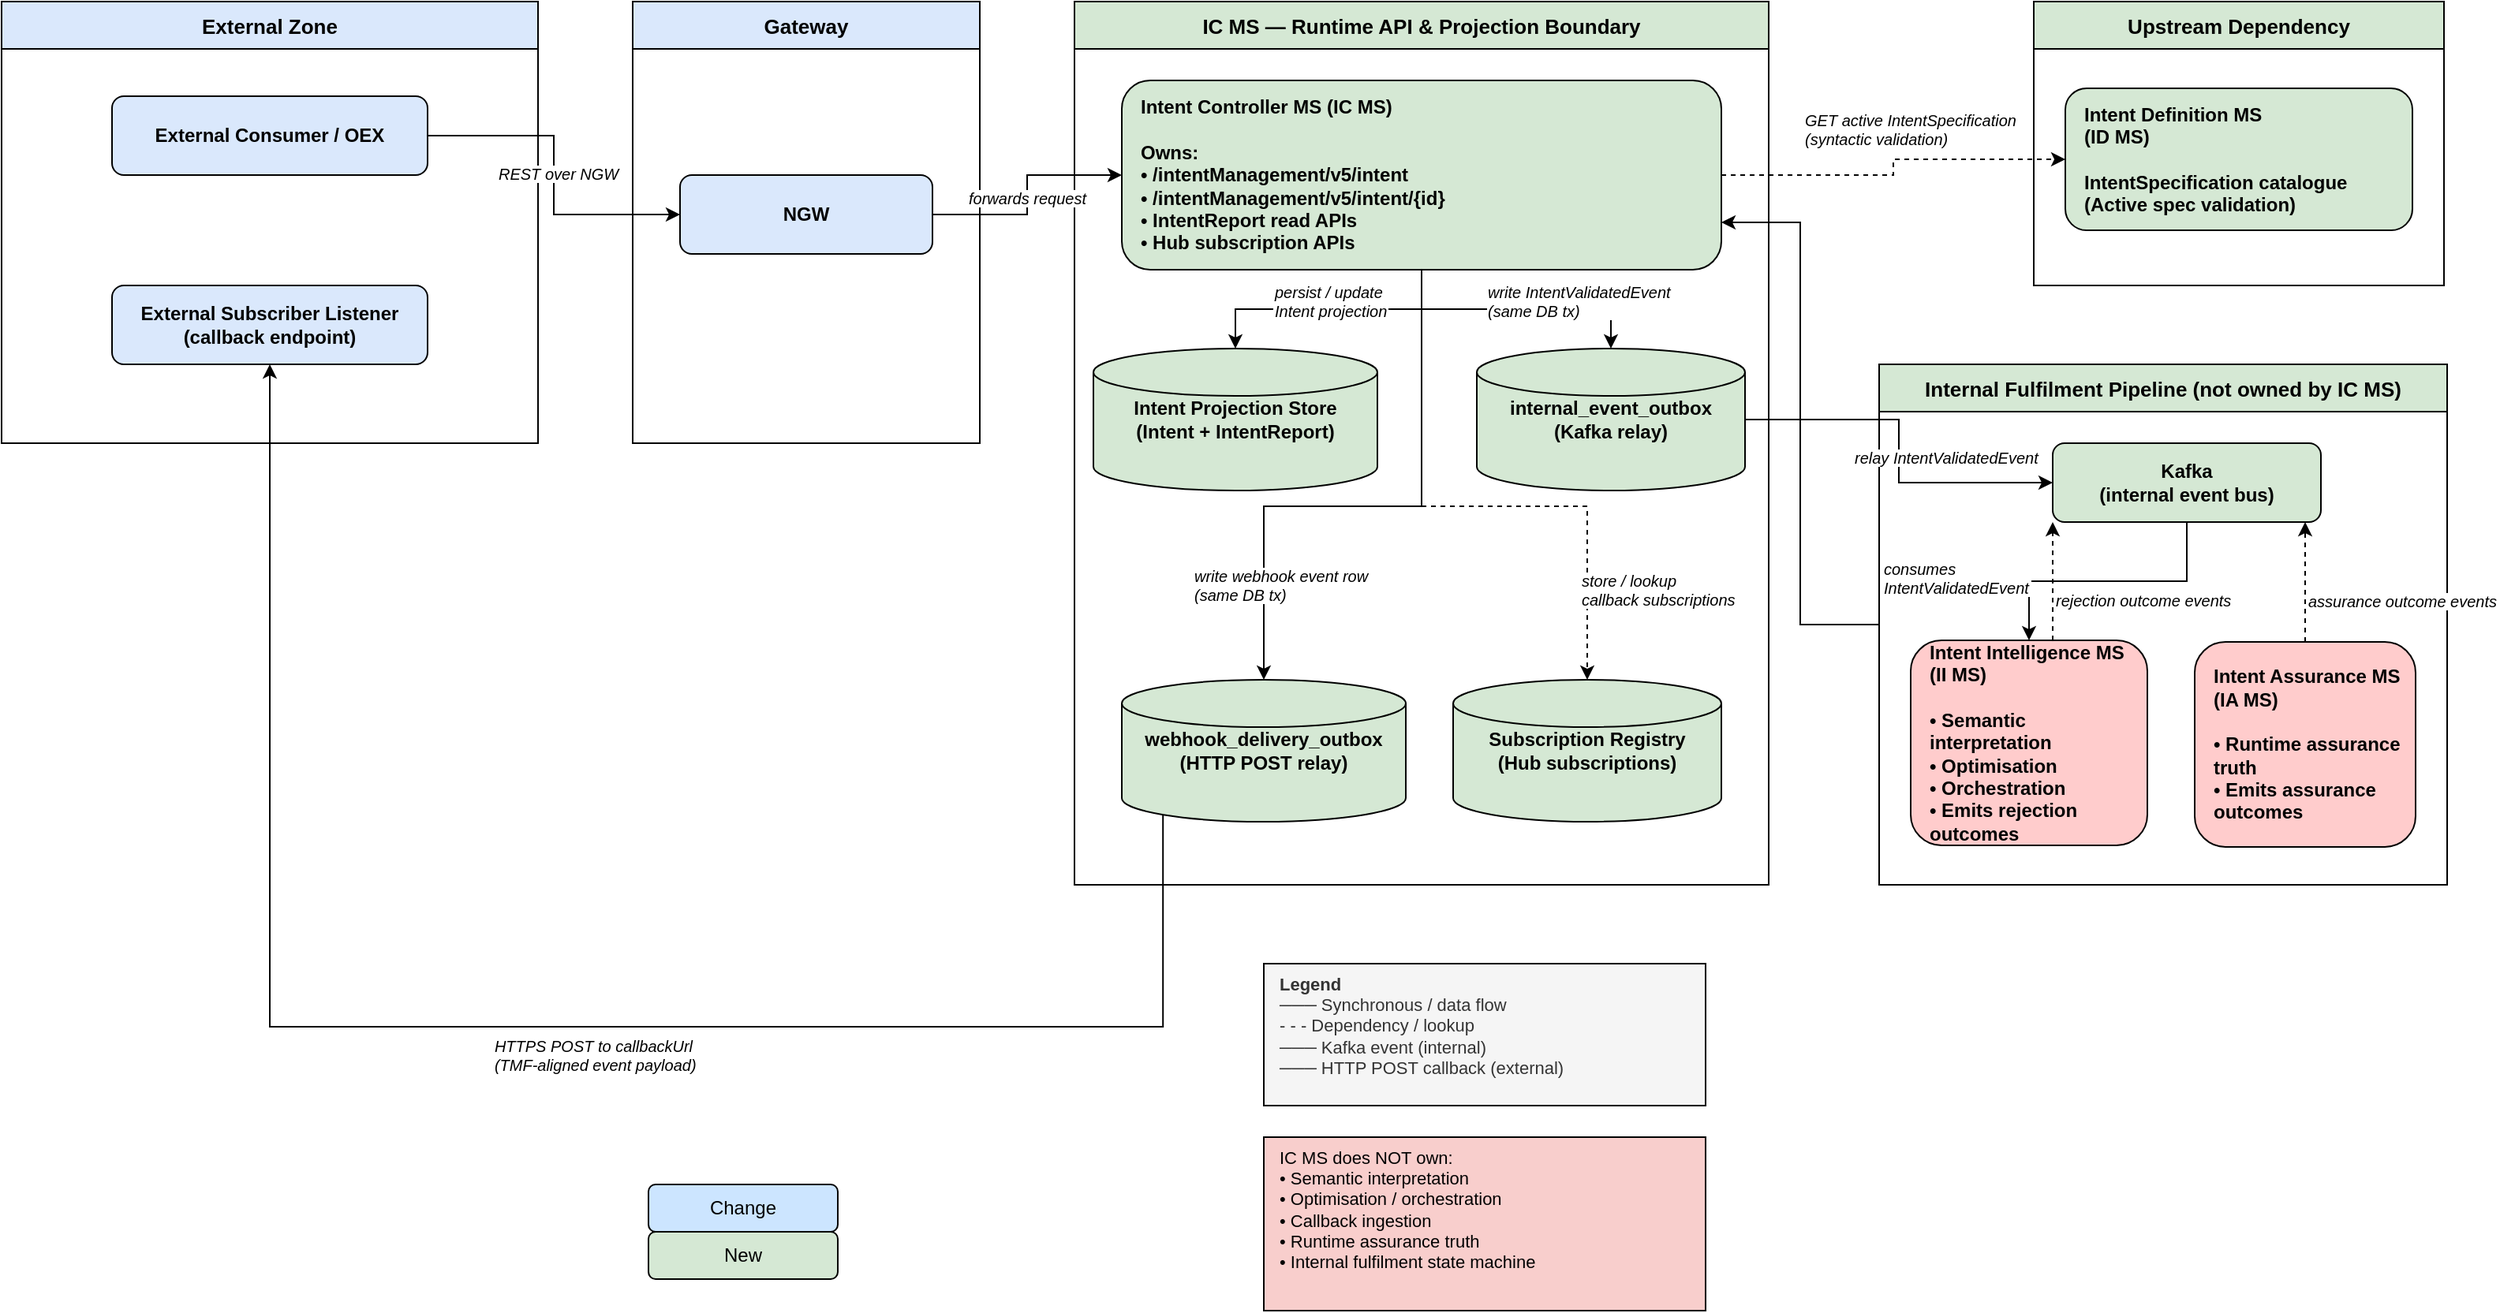
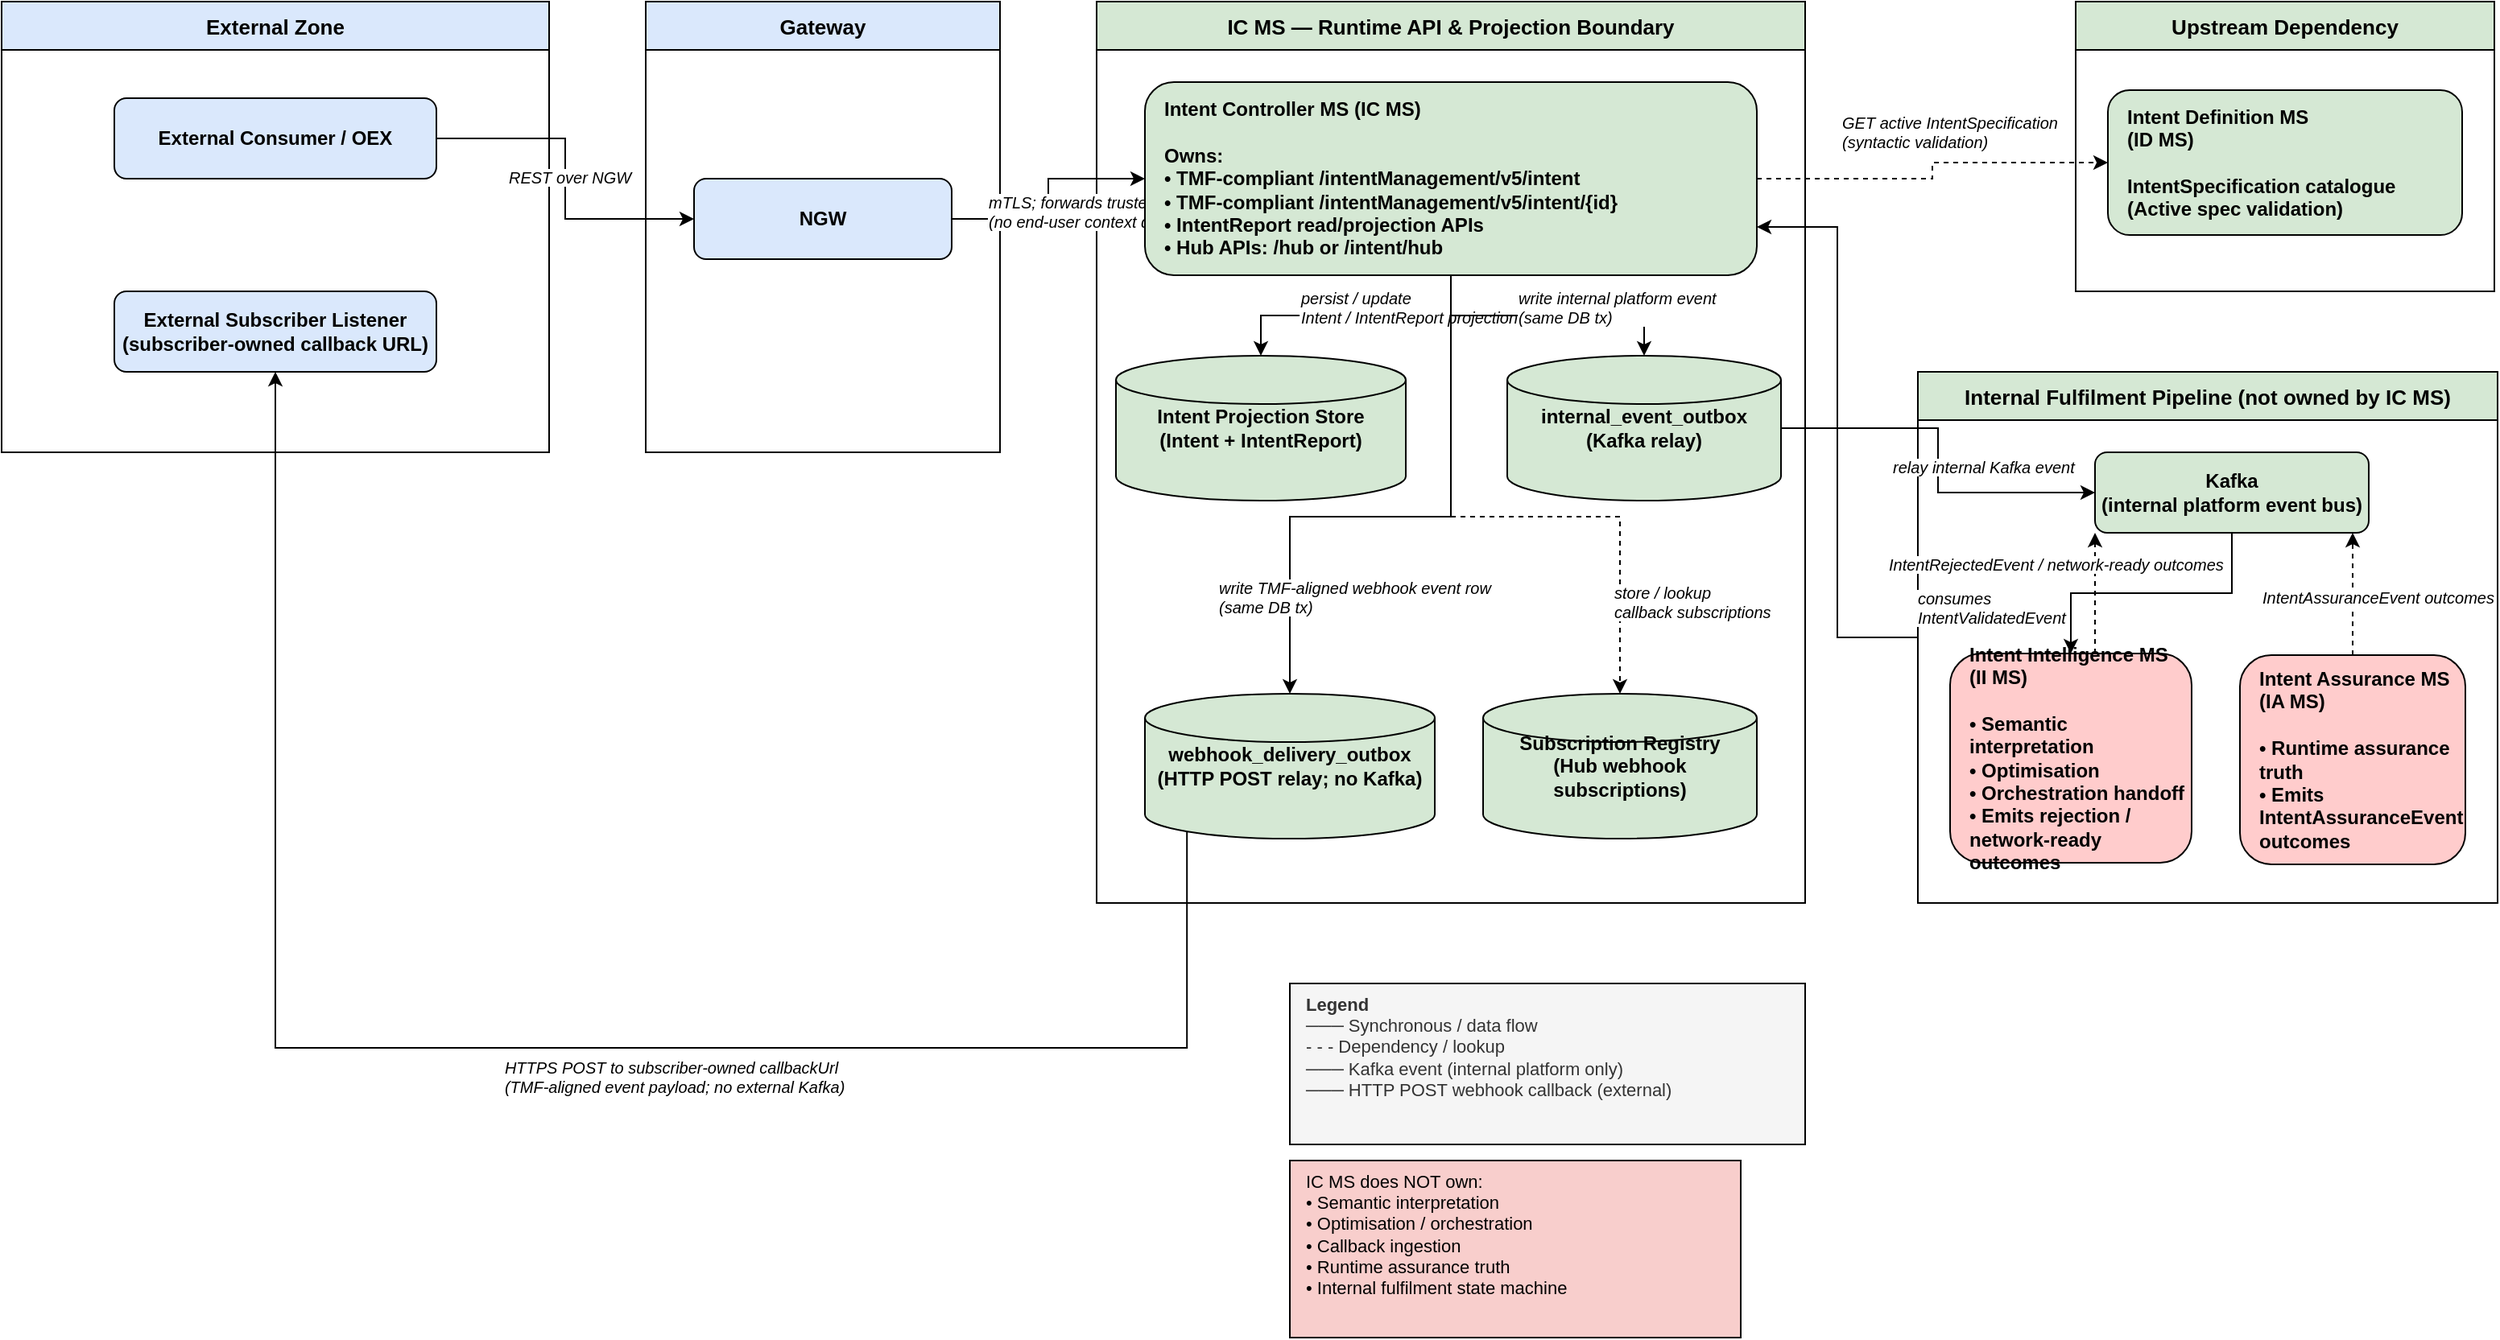
<mxfile host="65bd71144e">
    <diagram name="IC MS - Logical View" id="ic-ms-logical-view">
-         <mxGraphModel dx="661" dy="633" grid="1" gridSize="10" guides="1" tooltips="1" connect="1" arrows="1" fold="1" page="1" pageScale="1" pageWidth="1654" pageHeight="1169" math="0" shadow="0">
+         <mxGraphModel dx="754" dy="633" grid="1" gridSize="10" guides="1" tooltips="1" connect="1" arrows="1" fold="1" page="1" pageScale="1" pageWidth="1654" pageHeight="1169" math="0" shadow="0">
            <root>
                <mxCell id="0"/>
                <mxCell id="1" parent="0"/>
                <mxCell id="zone_external" value="External Zone" style="swimlane;startSize=30;fillColor=#dae8fc;strokeColor=default;fontStyle=1;fontSize=13;horizontal=1;container=0;" parent="1" vertex="1">
                    <mxGeometry x="40" y="40" width="340" height="280" as="geometry"/>
                </mxCell>
                <mxCell id="zone_gateway" value="Gateway" style="swimlane;startSize=30;fillColor=#dae8fc;strokeColor=default;fontStyle=1;fontSize=13;horizontal=1;container=0;" parent="1" vertex="1">
                    <mxGeometry x="440" y="40" width="220" height="280" as="geometry"/>
                </mxCell>
                <mxCell id="zone_icms" value="IC MS — Runtime API &amp; Projection Boundary" style="swimlane;startSize=30;fillColor=#d5e8d4;strokeColor=default;fontStyle=1;fontSize=13;horizontal=1;container=0;" parent="1" vertex="1">
                    <mxGeometry x="720" y="40" width="440" height="560" as="geometry"/>
                </mxCell>
                <mxCell id="zone_idms" value="Upstream Dependency" style="swimlane;startSize=30;fillColor=#d5e8d4;strokeColor=default;fontStyle=1;fontSize=13;horizontal=1;container=0;" parent="1" vertex="1">
                    <mxGeometry x="1328" y="40" width="260" height="180" as="geometry"/>
                </mxCell>
                <mxCell id="0MlcjW0cjBZ2ITzH3IxV-1" style="edgeStyle=orthogonalEdgeStyle;rounded=0;orthogonalLoop=1;jettySize=auto;html=1;entryX=1;entryY=0.75;entryDx=0;entryDy=0;fillColor=#d5e8d4;strokeColor=default;" parent="1" source="zone_internal" target="icms_core" edge="1">
                    <mxGeometry relative="1" as="geometry"/>
                </mxCell>
                <mxCell id="zone_internal" value="Internal Fulfilment Pipeline (not owned by IC MS)" style="swimlane;startSize=30;fillColor=#d5e8d4;strokeColor=default;fontStyle=1;fontSize=13;horizontal=1;container=0;" parent="1" vertex="1">
                    <mxGeometry x="1230" y="270" width="360" height="330" as="geometry"/>
                </mxCell>
                <mxCell id="e1" style="edgeStyle=orthogonalEdgeStyle;rounded=0;" parent="1" source="ext_consumer" target="gateway" edge="1">
                    <mxGeometry relative="1" as="geometry"/>
                </mxCell>
                <mxCell id="e1_lbl" value="REST over NGW" style="edgeLabel;fontSize=10;fontStyle=2;container=0;" parent="e1" connectable="0" vertex="1">
                    <mxGeometry relative="0.5" as="geometry">
                        <mxPoint x="-37" y="-13" as="offset"/>
                    </mxGeometry>
                </mxCell>
                <mxCell id="e2" style="edgeStyle=orthogonalEdgeStyle;rounded=0;" parent="1" source="gateway" target="icms_core" edge="1">
                    <mxGeometry relative="1" as="geometry"/>
                </mxCell>
-                 <mxCell id="e2_lbl" value="forwards request" style="edgeLabel;fontSize=10;fontStyle=2;container=0;" parent="e2" connectable="0" vertex="1">
+                 <mxCell id="e2_lbl" value="mTLS; forwards trusted system context&#xa;(no end-user context downstream)" style="edgeLabel;fontSize=10;fontStyle=2;container=0;" parent="e2" connectable="0" vertex="1">
                    <mxGeometry relative="0.5" as="geometry">
                        <mxPoint x="-39" y="-10" as="offset"/>
                    </mxGeometry>
                </mxCell>
                <mxCell id="e3" style="edgeStyle=orthogonalEdgeStyle;rounded=0;dashed=1;fillColor=#d5e8d4;strokeColor=default;" parent="1" source="icms_core" target="idms" edge="1">
                    <mxGeometry relative="1" as="geometry"/>
                </mxCell>
                <mxCell id="e3_lbl" value="GET active IntentSpecification&#xa;(syntactic validation)" style="edgeLabel;fontSize=10;fontStyle=2;container=0;" parent="e3" connectable="0" vertex="1">
                    <mxGeometry relative="0.5" as="geometry">
                        <mxPoint x="-58" y="-42" as="offset"/>
                    </mxGeometry>
                </mxCell>
                <mxCell id="e4" style="edgeStyle=orthogonalEdgeStyle;rounded=0;fillColor=#d5e8d4;strokeColor=default;" parent="1" source="icms_core" target="intent_store" edge="1">
                    <mxGeometry relative="1" as="geometry"/>
                </mxCell>
-                 <mxCell id="e4_lbl" value="persist / update&#xa;Intent projection" style="edgeLabel;fontSize=10;fontStyle=2;container=0;" parent="e4" connectable="0" vertex="1">
+                 <mxCell id="e4_lbl" value="persist / update&#xa;Intent / IntentReport projection" style="edgeLabel;fontSize=10;fontStyle=2;container=0;" parent="e4" connectable="0" vertex="1">
                    <mxGeometry relative="0.5" as="geometry">
                        <mxPoint x="-36" y="-23" as="offset"/>
                    </mxGeometry>
                </mxCell>
                <mxCell id="e5" style="edgeStyle=orthogonalEdgeStyle;rounded=0;fillColor=#d5e8d4;strokeColor=default;" parent="1" source="icms_core" target="int_outbox" edge="1">
                    <mxGeometry relative="1" as="geometry"/>
                </mxCell>
-                 <mxCell id="e5_lbl" value="write IntentValidatedEvent&#xa;(same DB tx)" style="edgeLabel;fontSize=10;fontStyle=2;container=0;" parent="e5" connectable="0" vertex="1">
+                 <mxCell id="e5_lbl" value="write internal platform event&#xa;(same DB tx)" style="edgeLabel;fontSize=10;fontStyle=2;container=0;" parent="e5" connectable="0" vertex="1">
                    <mxGeometry relative="0.5" as="geometry">
                        <mxPoint x="-20" y="-23" as="offset"/>
                    </mxGeometry>
                </mxCell>
                <mxCell id="e6" style="edgeStyle=orthogonalEdgeStyle;rounded=0;fillColor=#d5e8d4;strokeColor=default;" parent="1" source="int_outbox" target="kafka" edge="1">
                    <mxGeometry relative="1" as="geometry"/>
                </mxCell>
-                 <mxCell id="e6_lbl" value="relay IntentValidatedEvent" style="edgeLabel;fontSize=10;fontStyle=2;container=0;" parent="e6" connectable="0" vertex="1">
+                 <mxCell id="e6_lbl" value="relay internal Kafka event" style="edgeLabel;fontSize=10;fontStyle=2;container=0;" parent="e6" connectable="0" vertex="1">
                    <mxGeometry relative="0.5" as="geometry">
                        <mxPoint x="-30" y="-8" as="offset"/>
                    </mxGeometry>
                </mxCell>
                <mxCell id="e7" style="edgeStyle=orthogonalEdgeStyle;rounded=0;fillColor=#d5e8d4;strokeColor=default;" parent="1" source="kafka" target="iims" edge="1">
                    <mxGeometry relative="1" as="geometry"/>
                </mxCell>
                <mxCell id="e7_lbl" value="consumes&#xa;IntentValidatedEvent" style="edgeLabel;fontSize=10;fontStyle=2;container=0;" parent="e7" connectable="0" vertex="1">
                    <mxGeometry relative="0.5" as="geometry">
-                         <mxPoint x="-144" y="-20" as="offset"/>
+                         <mxPoint x="-147" y="-9" as="offset"/>
                    </mxGeometry>
                </mxCell>
                <mxCell id="e8" style="edgeStyle=orthogonalEdgeStyle;rounded=0;dashed=1;fillColor=#d5e8d4;strokeColor=default;" parent="1" source="iims" target="kafka" edge="1">
                    <mxGeometry relative="1" as="geometry">
                        <Array as="points">
                            <mxPoint x="1310" y="490"/>
                            <mxPoint x="1380" y="490"/>
                            <mxPoint x="1380" y="360"/>
                        </Array>
                    </mxGeometry>
                </mxCell>
-                 <mxCell id="e8_lbl" value="rejection outcome events" style="edgeLabel;fontSize=10;fontStyle=2;container=0;" parent="e8" connectable="0" vertex="1">
-                     <mxGeometry relative="0.5" as="geometry"/>
+                 <mxCell id="e8_lbl" value="IntentRejectedEvent / network-ready outcomes" style="edgeLabel;fontSize=10;fontStyle=2;container=0;" parent="e8" connectable="0" vertex="1">
+                     <mxGeometry relative="0.5" as="geometry">
+                         <mxPoint x="-130" y="-30" as="offset"/>
+                     </mxGeometry>
                </mxCell>
                <mxCell id="e9" style="edgeStyle=orthogonalEdgeStyle;rounded=0;dashed=1;fillColor=#d5e8d4;strokeColor=default;" parent="1" source="iams" target="kafka" edge="1">
                    <mxGeometry relative="1" as="geometry">
                        <Array as="points">
                            <mxPoint x="1450" y="490"/>
                            <mxPoint x="1450" y="360"/>
                        </Array>
                    </mxGeometry>
                </mxCell>
-                 <mxCell id="e9_lbl" value="assurance outcome events" style="edgeLabel;fontSize=10;fontStyle=2;container=0;" parent="e9" connectable="0" vertex="1">
-                     <mxGeometry relative="0.5" as="geometry"/>
+                 <mxCell id="e9_lbl" value="IntentAssuranceEvent outcomes" style="edgeLabel;fontSize=10;fontStyle=2;container=0;" parent="e9" connectable="0" vertex="1">
+                     <mxGeometry relative="0.5" as="geometry">
+                         <mxPoint x="-58" y="-10" as="offset"/>
+                     </mxGeometry>
                </mxCell>
                <mxCell id="e11" style="edgeStyle=orthogonalEdgeStyle;rounded=0;fillColor=#d5e8d4;strokeColor=default;" parent="1" source="icms_core" target="webhook_outbox" edge="1">
                    <mxGeometry relative="1" as="geometry">
                        <Array as="points">
                            <mxPoint x="940" y="360"/>
                            <mxPoint x="840" y="360"/>
                        </Array>
                    </mxGeometry>
                </mxCell>
-                 <mxCell id="e11_lbl" value="write webhook event row&#xa;(same DB tx)" style="edgeLabel;fontSize=10;fontStyle=2;container=0;" parent="e11" connectable="0" vertex="1">
+                 <mxCell id="e11_lbl" value="write TMF-aligned webhook event row&#xa;(same DB tx)" style="edgeLabel;fontSize=10;fontStyle=2;container=0;" parent="e11" connectable="0" vertex="1">
                    <mxGeometry relative="0.5" as="geometry">
                        <mxPoint x="-116" y="32" as="offset"/>
                    </mxGeometry>
                </mxCell>
                <mxCell id="e12" style="edgeStyle=orthogonalEdgeStyle;rounded=0;strokeColor=default;exitX=0.145;exitY=1;exitDx=0;exitDy=-4.35;exitPerimeter=0;" parent="1" source="webhook_outbox" target="ext_subscriber" edge="1">
                    <mxGeometry relative="1" as="geometry">
                        <Array as="points">
                            <mxPoint x="776" y="690"/>
                            <mxPoint x="210" y="690"/>
                        </Array>
                    </mxGeometry>
                </mxCell>
-                 <mxCell id="e12_lbl" value="HTTPS POST to callbackUrl&#xa;(TMF-aligned event payload)" style="edgeLabel;fontSize=10;fontStyle=2;container=0;" parent="e12" connectable="0" vertex="1">
+                 <mxCell id="e12_lbl" value="HTTPS POST to subscriber-owned callbackUrl&#xa;(TMF-aligned event payload; no external Kafka)" style="edgeLabel;fontSize=10;fontStyle=2;container=0;" parent="e12" connectable="0" vertex="1">
                    <mxGeometry relative="0.5" as="geometry"/>
                </mxCell>
                <mxCell id="e13" style="edgeStyle=orthogonalEdgeStyle;rounded=0;dashed=1;fillColor=#d5e8d4;strokeColor=default;" parent="1" source="icms_core" target="sub_registry" edge="1">
                    <mxGeometry relative="1" as="geometry">
                        <Array as="points">
                            <mxPoint x="940" y="360"/>
                            <mxPoint x="1045" y="360"/>
                        </Array>
                    </mxGeometry>
                </mxCell>
                <mxCell id="e13_lbl" value="store / lookup&#xa;callback subscriptions" style="edgeLabel;fontSize=10;fontStyle=2;container=0;" parent="e13" connectable="0" vertex="1">
                    <mxGeometry relative="0.5" as="geometry">
                        <mxPoint x="67" y="35" as="offset"/>
                    </mxGeometry>
                </mxCell>
-                 <mxCell id="legend" value="&lt;b&gt;Legend&lt;/b&gt;&#xa;─── Synchronous / data flow&#xa;- - - Dependency / lookup&#xa;─── Kafka event (internal)&#xa;─── HTTP POST callback (external)" style="text;html=1;strokeColor=default;fillColor=#f5f5f5;align=left;verticalAlign=top;spacingLeft=8;fontSize=11;fontColor=#333333;container=0;" parent="1" vertex="1">
-                     <mxGeometry x="840" y="650" width="280" height="90" as="geometry"/>
+                 <mxCell id="legend" value="&lt;b&gt;Legend&lt;/b&gt;&#xa;─── Synchronous / data flow&#xa;- - - Dependency / lookup&#xa;─── Kafka event (internal platform only)&#xa;─── HTTP POST webhook callback (external)" style="text;html=1;strokeColor=default;fillColor=#f5f5f5;align=left;verticalAlign=top;spacingLeft=8;fontSize=11;fontColor=#333333;container=0;" parent="1" vertex="1">
+                     <mxGeometry x="840" y="650" width="320" height="100" as="geometry"/>
                </mxCell>
                <mxCell id="not_owned_note" value="IC MS does NOT own:&#xa;• Semantic interpretation&#xa;• Optimisation / orchestration&#xa;• Callback ingestion&#xa;• Runtime assurance truth&#xa;• Internal fulfilment state machine" style="text;html=1;strokeColor=default;fillColor=#f8cecc;align=left;verticalAlign=top;spacingLeft=8;fontSize=11;container=0;" parent="1" vertex="1">
                    <mxGeometry x="840" y="760" width="280" height="110" as="geometry"/>
                </mxCell>
                <mxCell id="ext_consumer" value="External Consumer / OEX" style="rounded=1;whiteSpace=wrap;html=1;fillColor=#dae8fc;strokeColor=default;fontStyle=1;fontSize=12;container=0;" parent="1" vertex="1">
                    <mxGeometry x="110" y="100" width="200" height="50" as="geometry"/>
                </mxCell>
-                 <mxCell id="ext_subscriber" value="External Subscriber Listener&#xa;(callback endpoint)" style="rounded=1;whiteSpace=wrap;html=1;fillColor=#dae8fc;strokeColor=default;fontStyle=1;fontSize=12;container=0;" parent="1" vertex="1">
+                 <mxCell id="ext_subscriber" value="External Subscriber Listener&#xa;(subscriber-owned callback URL)" style="rounded=1;whiteSpace=wrap;html=1;fillColor=#dae8fc;strokeColor=default;fontStyle=1;fontSize=12;container=0;" parent="1" vertex="1">
                    <mxGeometry x="110" y="220" width="200" height="50" as="geometry"/>
                </mxCell>
                <mxCell id="gateway" value="NGW" style="rounded=1;whiteSpace=wrap;html=1;fillColor=#dae8fc;strokeColor=default;fontStyle=1;fontSize=12;container=0;" parent="1" vertex="1">
                    <mxGeometry x="470" y="150" width="160" height="50" as="geometry"/>
                </mxCell>
-                 <mxCell id="icms_core" value="Intent Controller MS (IC MS)&lt;br&gt;&lt;br&gt;Owns:&lt;br&gt;• /intentManagement/v5/intent&lt;br&gt;• /intentManagement/v5/intent/{id}&lt;br&gt;• IntentReport read APIs&lt;br&gt;• Hub subscription APIs" style="rounded=1;whiteSpace=wrap;html=1;fillColor=#d5e8d4;strokeColor=default;fontStyle=1;fontSize=12;align=left;spacingLeft=10;container=0;" parent="1" vertex="1">
+                 <mxCell id="icms_core" value="Intent Controller MS (IC MS)&lt;br&gt;&lt;br&gt;Owns:&lt;br&gt;• TMF-compliant /intentManagement/v5/intent&lt;br&gt;• TMF-compliant /intentManagement/v5/intent/{id}&lt;br&gt;• IntentReport read/projection APIs&lt;br&gt;• Hub APIs: /hub or /intent/hub" style="rounded=1;whiteSpace=wrap;html=1;fillColor=#d5e8d4;strokeColor=default;fontStyle=1;fontSize=12;align=left;spacingLeft=10;container=0;" parent="1" vertex="1">
                    <mxGeometry x="750" y="90" width="380" height="120" as="geometry"/>
                </mxCell>
                <mxCell id="intent_store" value="Intent Projection Store&#xa;(Intent + IntentReport)" style="shape=cylinder3;whiteSpace=wrap;html=1;fillColor=#d5e8d4;strokeColor=default;fontStyle=1;fontSize=12;container=0;" parent="1" vertex="1">
                    <mxGeometry x="732" y="260" width="180" height="90" as="geometry"/>
                </mxCell>
                <mxCell id="int_outbox" value="internal_event_outbox&#xa;(Kafka relay)" style="shape=cylinder3;whiteSpace=wrap;html=1;fillColor=#d5e8d4;strokeColor=default;fontStyle=1;fontSize=12;container=0;" parent="1" vertex="1">
                    <mxGeometry x="975" y="260" width="170" height="90" as="geometry"/>
                </mxCell>
-                 <mxCell id="webhook_outbox" value="webhook_delivery_outbox&#xa;(HTTP POST relay)" style="shape=cylinder3;whiteSpace=wrap;html=1;fillColor=#d5e8d4;strokeColor=default;fontStyle=1;fontSize=12;container=0;" parent="1" vertex="1">
+                 <mxCell id="webhook_outbox" value="webhook_delivery_outbox&#xa;(HTTP POST relay; no Kafka)" style="shape=cylinder3;whiteSpace=wrap;html=1;fillColor=#d5e8d4;strokeColor=default;fontStyle=1;fontSize=12;container=0;" parent="1" vertex="1">
                    <mxGeometry x="750" y="470" width="180" height="90" as="geometry"/>
                </mxCell>
-                 <mxCell id="sub_registry" value="Subscription Registry&#xa;(Hub subscriptions)" style="shape=cylinder3;whiteSpace=wrap;html=1;fillColor=#d5e8d4;strokeColor=default;fontStyle=1;fontSize=12;container=0;" parent="1" vertex="1">
+                 <mxCell id="sub_registry" value="Subscription Registry&#xa;(Hub webhook subscriptions)" style="shape=cylinder3;whiteSpace=wrap;html=1;fillColor=#d5e8d4;strokeColor=default;fontStyle=1;fontSize=12;container=0;" parent="1" vertex="1">
                    <mxGeometry x="960" y="470" width="170" height="90" as="geometry"/>
                </mxCell>
                <mxCell id="idms" value="Intent Definition MS&#xa;(ID MS)&#xa;&#xa;IntentSpecification catalogue&#xa;(Active spec validation)" style="rounded=1;whiteSpace=wrap;html=1;fillColor=#d5e8d4;strokeColor=default;fontStyle=1;fontSize=12;align=left;spacingLeft=10;container=0;" parent="1" vertex="1">
                    <mxGeometry x="1348" y="95" width="220" height="90" as="geometry"/>
                </mxCell>
-                 <mxCell id="kafka" value="Kafka&#xa;(internal event bus)" style="rounded=1;whiteSpace=wrap;html=1;fillColor=#d5e8d4;strokeColor=default;fontStyle=1;fontSize=12;container=0;" parent="1" vertex="1">
+                 <mxCell id="kafka" value="Kafka&#xa;(internal platform event bus)" style="rounded=1;whiteSpace=wrap;html=1;fillColor=#d5e8d4;strokeColor=default;fontStyle=1;fontSize=12;container=0;" parent="1" vertex="1">
                    <mxGeometry x="1340" y="320" width="170" height="50" as="geometry"/>
                </mxCell>
-                 <mxCell id="iims" value="Intent Intelligence MS&lt;br&gt;(II MS)&lt;br&gt;&lt;br&gt;• Semantic interpretation&lt;br&gt;• Optimisation&lt;br&gt;• Orchestration&lt;br&gt;• Emits rejection outcomes" style="rounded=1;whiteSpace=wrap;html=1;fillColor=#ffcccc;strokeColor=default;fontStyle=1;fontSize=12;align=left;spacingLeft=10;container=0;" parent="1" vertex="1">
+                 <mxCell id="iims" value="Intent Intelligence MS&lt;br&gt;(II MS)&lt;br&gt;&lt;br&gt;• Semantic interpretation&lt;br&gt;• Optimisation&lt;br&gt;• Orchestration handoff&lt;br&gt;• Emits rejection / network-ready outcomes" style="rounded=1;whiteSpace=wrap;html=1;fillColor=#ffcccc;strokeColor=default;fontStyle=1;fontSize=12;align=left;spacingLeft=10;container=0;" parent="1" vertex="1">
                    <mxGeometry x="1250" y="445" width="150" height="130" as="geometry"/>
                </mxCell>
-                 <mxCell id="iams" value="Intent Assurance MS&#xa;(IA MS)&#xa;&#xa;• Runtime assurance truth&#xa;• Emits assurance outcomes" style="rounded=1;whiteSpace=wrap;html=1;fillColor=#ffcccc;strokeColor=default;fontStyle=1;fontSize=12;align=left;spacingLeft=10;container=0;" parent="1" vertex="1">
+                 <mxCell id="iams" value="Intent Assurance MS&#xa;(IA MS)&#xa;&#xa;• Runtime assurance truth&#xa;• Emits IntentAssuranceEvent outcomes" style="rounded=1;whiteSpace=wrap;html=1;fillColor=#ffcccc;strokeColor=default;fontStyle=1;fontSize=12;align=left;spacingLeft=10;container=0;" parent="1" vertex="1">
                    <mxGeometry x="1430" y="446" width="140" height="130" as="geometry"/>
-                 </mxCell>
-                 <mxCell id="ma1IJRqoZw26cP_ZFZYU-2" value="Change" style="rounded=1;whiteSpace=wrap;html=1;fillColor=#cce5ff;strokeColor=default;" parent="1" vertex="1">
-                     <mxGeometry x="450" y="790" width="120" height="30" as="geometry"/>
-                 </mxCell>
-                 <mxCell id="ma1IJRqoZw26cP_ZFZYU-3" value="New" style="rounded=1;whiteSpace=wrap;html=1;fillColor=#d5e8d4;strokeColor=default;" parent="1" vertex="1">
-                     <mxGeometry x="450" y="820" width="120" height="30" as="geometry"/>
                </mxCell>
            </root>
        </mxGraphModel>
    </diagram>
</mxfile>